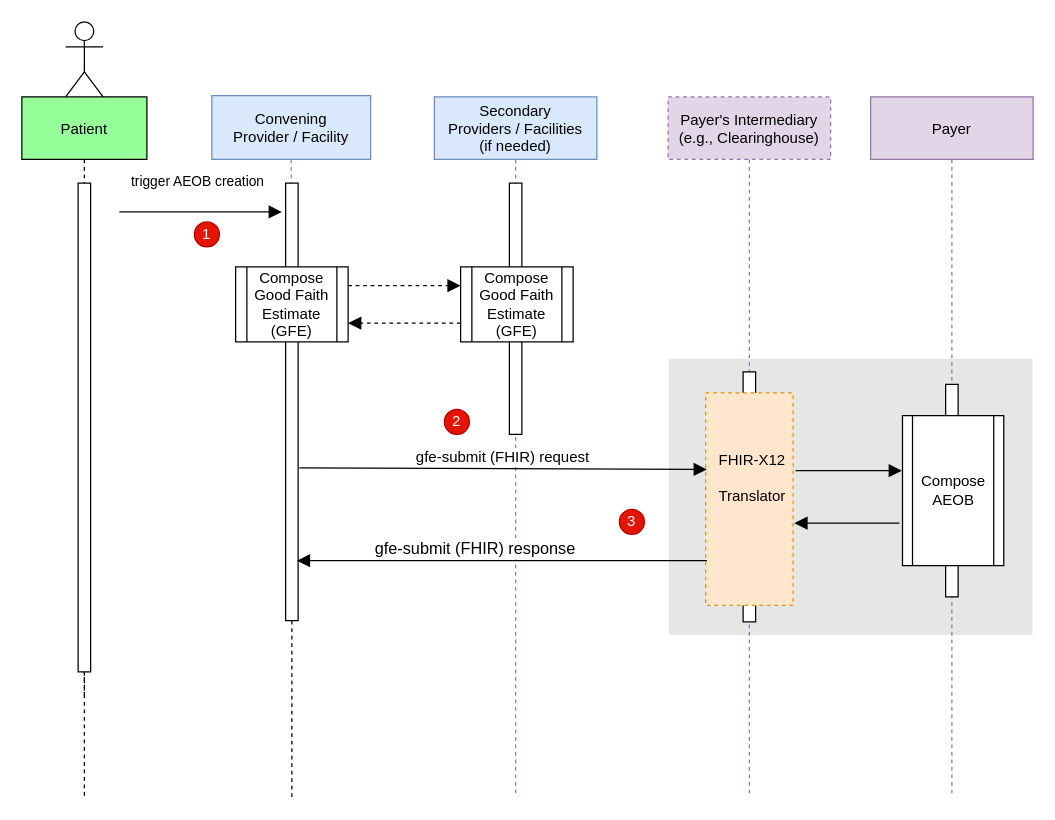
Before: input/images/SubmitAEOB.drawio in HL7/davinci-pct, a draw.io diagram. Source tidied: cells renumbered, new cells numbered last; positions are measured from the earlier drawing's top-left corner, leaving out a move shared by most shapes. Both pictures are drawn from the tidied source at 125%, with x=0, y=0 at pixel (21, 21).
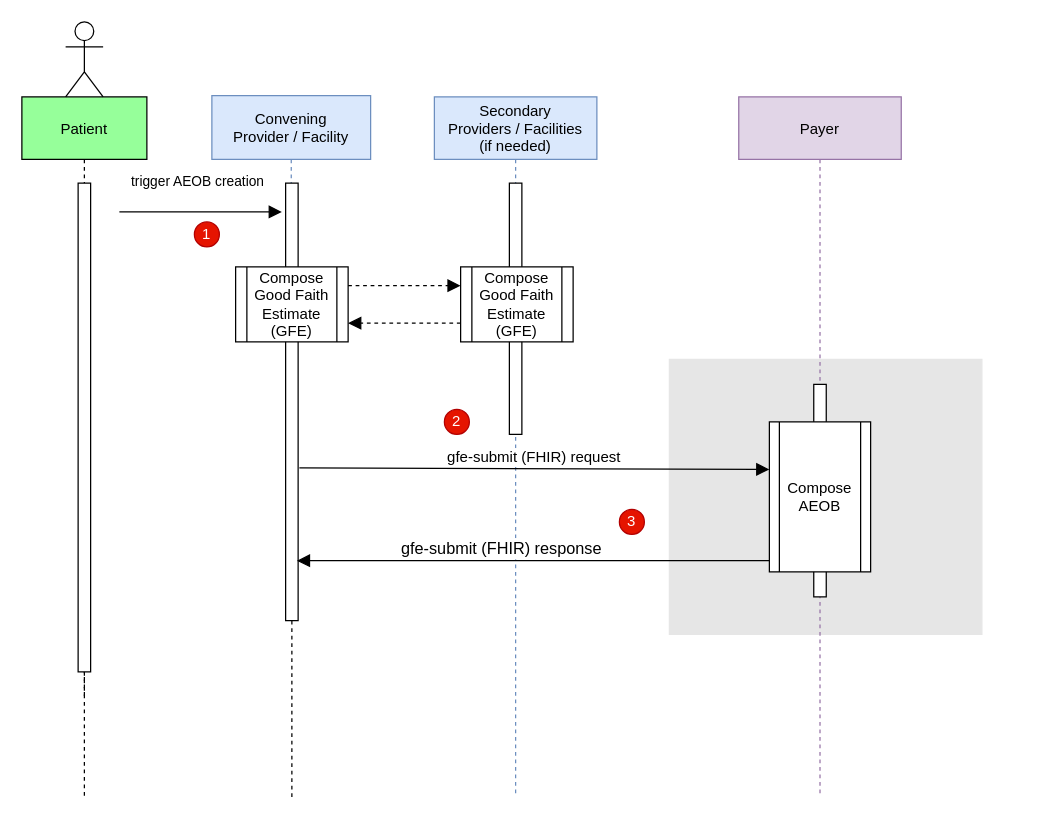
The same page after the edit.

Unchanged cells that the change refers to:
```xml
<mxCell id="5" style="points=[];perimeter=orthogonalPerimeter;rounded=0;shadow=0;strokeWidth=1;" parent="4" vertex="1">
  <mxGeometry x="59" y="70" width="10" height="350" as="geometry" />
</mxCell>
```

Diff of the diagram source:
```diff
@@
     <mxCell id="18" style="perimeter=orthogonalPerimeter;rounded=0;shadow=0;strokeWidth=1;fillColor=#E6E6E6;strokeColor=#E6E6E6;" parent="1" vertex="1">
-      <mxGeometry x="518" y="270" width="290" height="220" as="geometry" />
+      <mxGeometry x="518" y="270" width="250" height="220" as="geometry" />
     </mxCell>
-    <mxCell id="19" value="Payer's Intermediary&#10;(e.g., Clearinghouse)" style="shape=umlLifeline;perimeter=lifelinePerimeter;rounded=0;shadow=0;strokeWidth=1;fillColor=#e1d5e7;strokeColor=#9673a6;dashed=1;size=50;" parent="1" vertex="1">
-      <mxGeometry x="517" y="60" width="130" height="560" as="geometry" />
-    </mxCell>
-    <mxCell id="20" style="perimeter=orthogonalPerimeter;rounded=0;shadow=0;strokeWidth=1;" parent="19" vertex="1">
-      <mxGeometry x="60" y="220" width="10" height="200" as="geometry" />
-    </mxCell>
     <mxCell id="21" value="Payer" style="shape=umlLifeline;perimeter=lifelinePerimeter;rounded=0;shadow=0;strokeWidth=1;fillColor=#e1d5e7;strokeColor=#9673a6;size=50;" parent="1" vertex="1">
-      <mxGeometry x="679" y="60" width="130" height="560" as="geometry" />
+      <mxGeometry x="573.5" y="60" width="130" height="560" as="geometry" />
     </mxCell>
@@
-    <mxCell id="23" style="group;" parent="1" vertex="1">
-      <mxGeometry x="549" y="300" width="70" height="170" as="geometry" />
-    </mxCell>
-    <mxCell id="24" style="rounded=0;whiteSpace=wrap;html=1;fillColor=#ffe6cc;strokeColor=#d79b00;dashed=1;" parent="23" vertex="1">
-      <mxGeometry x="-2" y="-3.2" width="70" height="170" as="geometry" />
-    </mxCell>
-    <mxCell id="25" value="&lt;font style=&quot;font-size: 12px ; font-weight: normal&quot;&gt;FHIR-X12&lt;br&gt;Translator&lt;/font&gt;" style="text;strokeColor=none;fillColor=none;html=1;fontSize=24;fontStyle=1;verticalAlign=middle;align=center;" parent="23" vertex="1">
-      <mxGeometry y="32.2" width="70" height="56.7" as="geometry" />
-    </mxCell>
     <mxCell id="26" value="Compose AEOB" style="shape=process;whiteSpace=wrap;html=1;backgroundOutline=1;" parent="1" vertex="1">
-      <mxGeometry x="704.5" y="315" width="81" height="120" as="geometry" />
+      <mxGeometry x="598" y="320" width="81" height="120" as="geometry" />
     </mxCell>
-    <mxCell id="27" value="gfe-submit (FHIR) response" style="verticalAlign=bottom;endArrow=block;endSize=8;shadow=0;strokeWidth=1;endFill=1;entryX=0.9;entryY=0.863;entryDx=0;entryDy=0;entryPerimeter=0;fontSize=13;" parent="1" edge="1" target="5">
-      <mxGeometry x="0.13" relative="1" as="geometry">
-        <mxPoint x="548" y="431" as="sourcePoint" />
-      </mxGeometry>
+    <mxCell id="27" value="gfe-submit (FHIR) response" style="verticalAlign=bottom;endArrow=block;endSize=8;shadow=0;strokeWidth=1;endFill=1;entryX=0.9;entryY=0.863;entryDx=0;entryDy=0;entryPerimeter=0;fontSize=13;exitX=0;exitY=0.925;exitDx=0;exitDy=0;exitPerimeter=0;" parent="1" edge="1" source="26" target="5">
+      <mxGeometry x="0.13" relative="1" as="geometry" />
     </mxCell>
     <mxCell id="28" value="gfe-submit (FHIR) request" style="verticalAlign=bottom;endArrow=block;shadow=0;strokeWidth=1;endSize=8;exitX=1.1;exitY=0.651;exitDx=0;exitDy=0;exitPerimeter=0;fontSize=12;" parent="1" edge="1" source="5">
       <mxGeometry relative="1" as="geometry">
-        <mxPoint x="548" y="358" as="targetPoint" />
+        <mxPoint x="598" y="358" as="targetPoint" />
       </mxGeometry>
     </mxCell>
-    <mxCell id="29" style="verticalAlign=bottom;endArrow=block;shadow=0;strokeWidth=1;labelBackgroundColor=none;entryX=-0.006;entryY=0.367;entryDx=0;entryDy=0;entryPerimeter=0;endSize=8;" parent="1" edge="1" target="26">
-      <mxGeometry x="0.08" y="8" relative="1" as="geometry">
-        <mxPoint x="619" y="359" as="sourcePoint" />
-      </mxGeometry>
-    </mxCell>
-    <mxCell id="30" style="verticalAlign=bottom;endArrow=block;shadow=0;strokeWidth=1;labelBackgroundColor=none;endSize=8;" parent="1" edge="1">
-      <mxGeometry x="0.02" y="-7" relative="1" as="geometry">
-        <mxPoint x="702" y="401" as="sourcePoint" />
-        <mxPoint x="618" y="401" as="targetPoint" />
-      </mxGeometry>
-    </mxCell>
```
